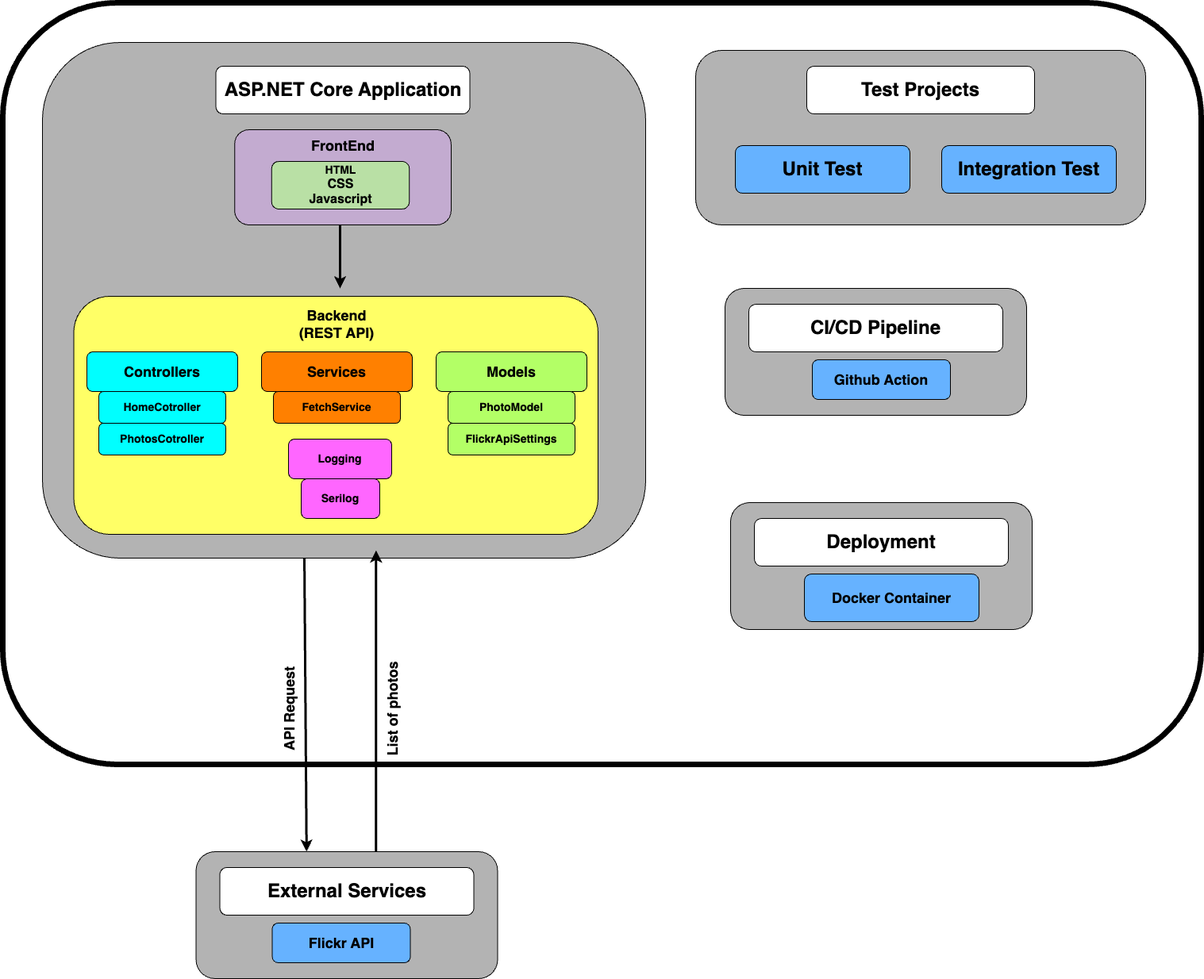
Before: Architecture.png, a diagram exported from draw.io (Hejverden/Assignment01). Source tidied: cells renumbered, new cells last; positions are measured from the earlier drawing's top-left corner, leaving out a move shared by most shapes.
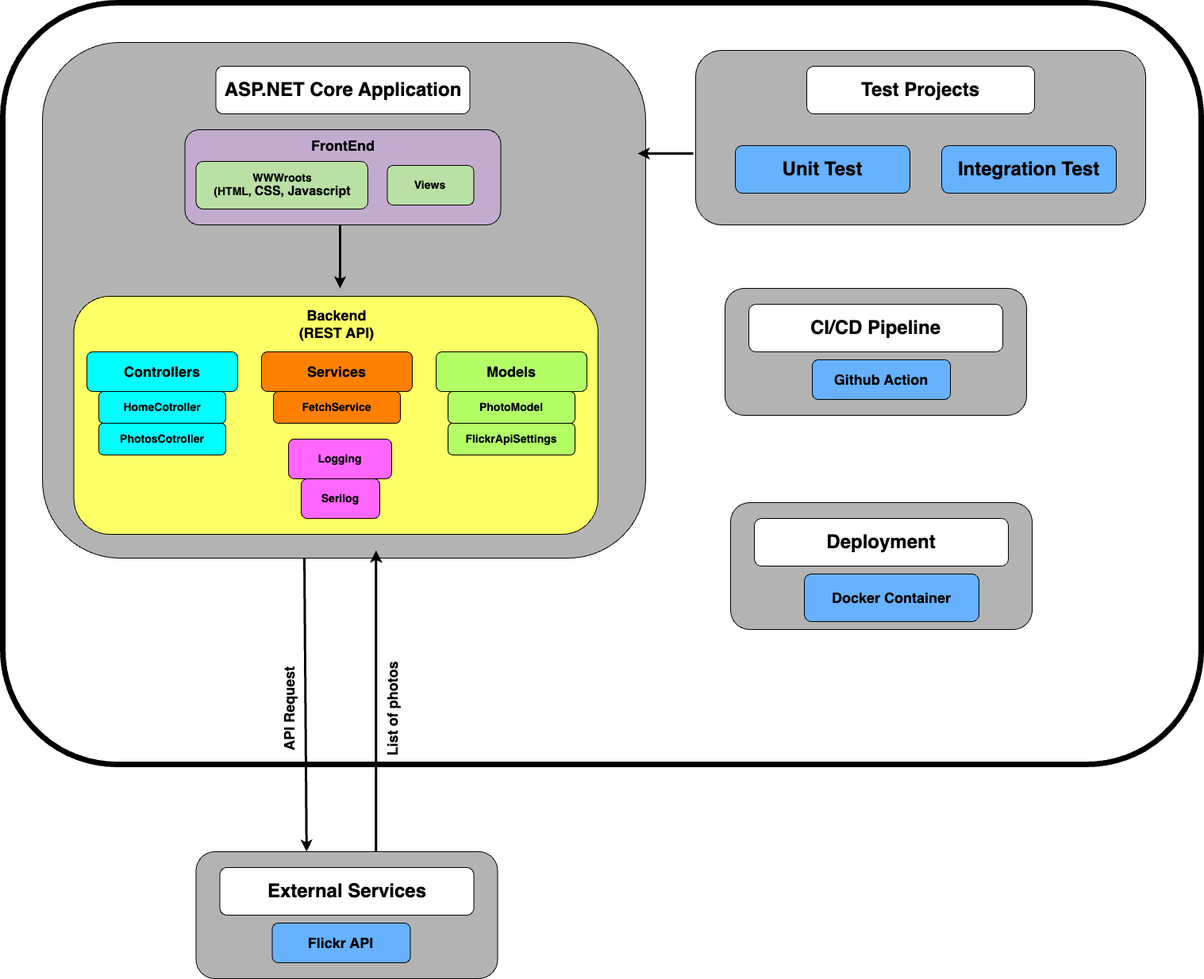
After the change.

Diff of the diagram source:
```diff
@@ -12,7 +12,7 @@
       <mxGeometry x="268.5" y="80" width="320" height="60" as="geometry" />
     </mxCell>
     <mxCell id="5" value="&lt;div&gt;&lt;br&gt;&lt;/div&gt;" style="rounded=1;whiteSpace=wrap;html=1;fillColor=#C3ABD0;" parent="1" vertex="1">
-      <mxGeometry x="292.1" y="160" width="272.8" height="120" as="geometry" />
+      <mxGeometry x="229.6" y="160" width="397.9" height="120" as="geometry" />
     </mxCell>
     <mxCell id="6" style="rounded=1;whiteSpace=wrap;html=1;fillColor=#FFFF66;" parent="1" vertex="1">
       <mxGeometry x="89.5" y="370" width="660.5" height="300" as="geometry" />
@@ -77,8 +77,8 @@
     <mxCell id="25" value="&lt;font style=&quot;font-size: 24px;&quot;&gt;&lt;b&gt;Unit Test&lt;/b&gt;&lt;/font&gt;" style="rounded=1;whiteSpace=wrap;html=1;fillColor=#66B2FF;" parent="1" vertex="1">
       <mxGeometry x="923" y="180" width="220" height="60" as="geometry" />
     </mxCell>
-    <mxCell id="26" value="&lt;font style=&quot;font-size: 14px;&quot;&gt;&lt;b&gt;HTML&lt;/b&gt;&lt;/font&gt;&lt;div&gt;&lt;font size=&quot;3&quot;&gt;&lt;b&gt;CSS&lt;/b&gt;&lt;/font&gt;&lt;/div&gt;&lt;div&gt;&lt;font size=&quot;3&quot;&gt;&lt;b&gt;Javascript&lt;/b&gt;&lt;/font&gt;&lt;/div&gt;" style="rounded=1;whiteSpace=wrap;html=1;fillColor=#B9E0A5;" parent="1" vertex="1">
-      <mxGeometry x="338.8" y="200" width="173.5" height="60" as="geometry" />
+    <mxCell id="26" value="&lt;font style=&quot;font-size: 14px;&quot;&gt;&lt;b&gt;WWWroots&lt;/b&gt;&lt;/font&gt;&lt;div&gt;&lt;font style=&quot;font-size: 14px;&quot;&gt;&lt;b&gt;(HTML,&amp;nbsp;&lt;/b&gt;&lt;/font&gt;&lt;b style=&quot;font-size: medium; background-color: initial;&quot;&gt;CSS,&amp;nbsp;&lt;/b&gt;&lt;b style=&quot;font-size: medium; background-color: initial;&quot;&gt;Javascript&lt;/b&gt;&lt;/div&gt;" style="rounded=1;whiteSpace=wrap;html=1;fillColor=#B9E0A5;" parent="1" vertex="1">
+      <mxGeometry x="243.5" y="200" width="216.5" height="60" as="geometry" />
     </mxCell>
     <mxCell id="27" value="&lt;font style=&quot;font-size: 18px;&quot;&gt;&lt;b&gt;FrontEnd&lt;/b&gt;&lt;/font&gt;" style="text;strokeColor=none;align=center;fillColor=none;html=1;verticalAlign=middle;whiteSpace=wrap;rounded=0;" parent="1" vertex="1">
       <mxGeometry x="363.5" y="160" width="130" height="40" as="geometry" />
@@ -116,5 +116,14 @@
     <mxCell id="37" value="&lt;font style=&quot;font-size: 18px;&quot;&gt;&lt;b style=&quot;&quot;&gt;Docker Container&lt;/b&gt;&lt;/font&gt;" style="rounded=1;whiteSpace=wrap;html=1;fillColor=#66B2FF;" parent="1" vertex="1">
       <mxGeometry x="1010" y="720" width="220" height="60" as="geometry" />
     </mxCell>
+    <mxCell id="38" value="&lt;span style=&quot;font-size: 14px;&quot;&gt;&lt;b&gt;Views&lt;/b&gt;&lt;/span&gt;" style="rounded=1;whiteSpace=wrap;html=1;fillColor=#B9E0A5;" parent="1" vertex="1">
+      <mxGeometry x="484.4" y="205" width="109.1" height="50" as="geometry" />
+    </mxCell>
+    <mxCell id="39" style="endArrow=classic;html=1;rounded=0;strokeWidth=3;" parent="1" edge="1">
+      <mxGeometry relative="1" as="geometry">
+        <mxPoint x="870" y="190" as="sourcePoint" />
+        <mxPoint x="800" y="190" as="targetPoint" />
+      </mxGeometry>
+    </mxCell>
   </root>
 </mxGraphModel>
```
